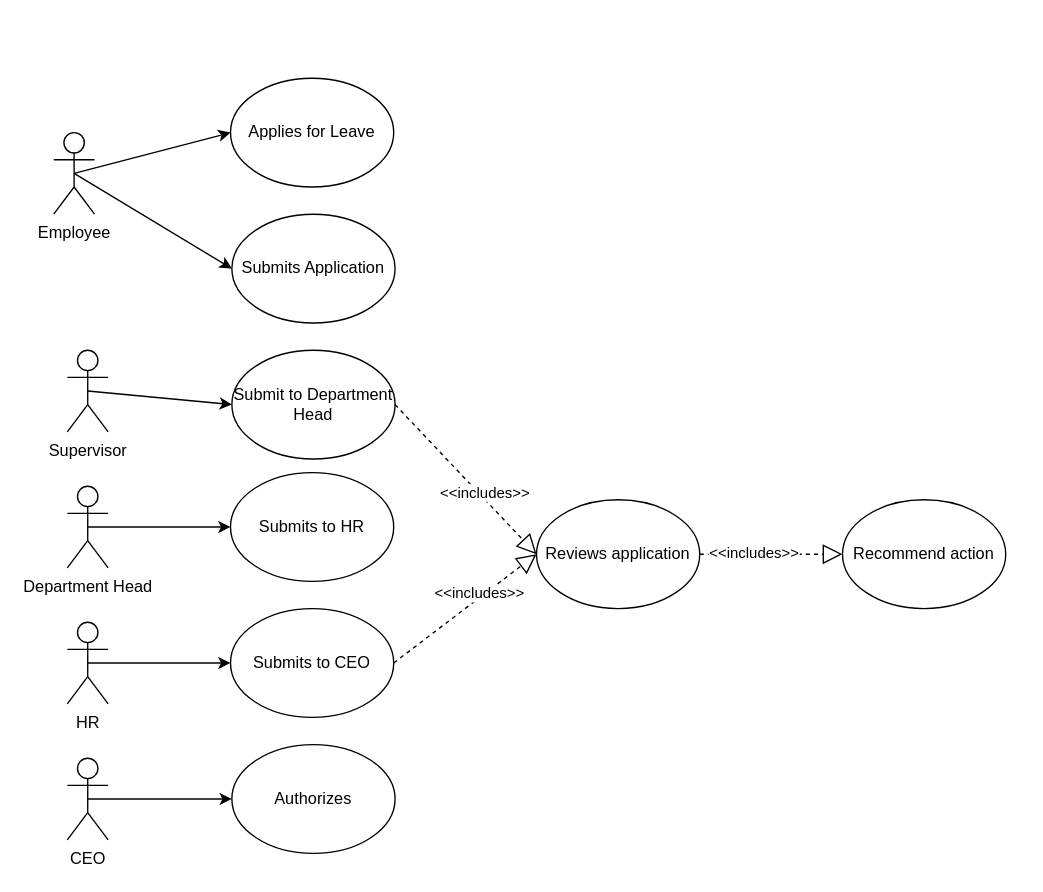
Above: page "Leave" (1 of 2) of Untitled Diagram.drawio in gmachalo/usecases (draw.io), before the change. Source tidied: cells renumbered, new cells numbered last; positions are measured from the earlier drawing's top-left corner, leaving out a move shared by most shapes. Both pictures are drawn from the tidied source at 136%, with x=0, y=0 at pixel (53, 78).
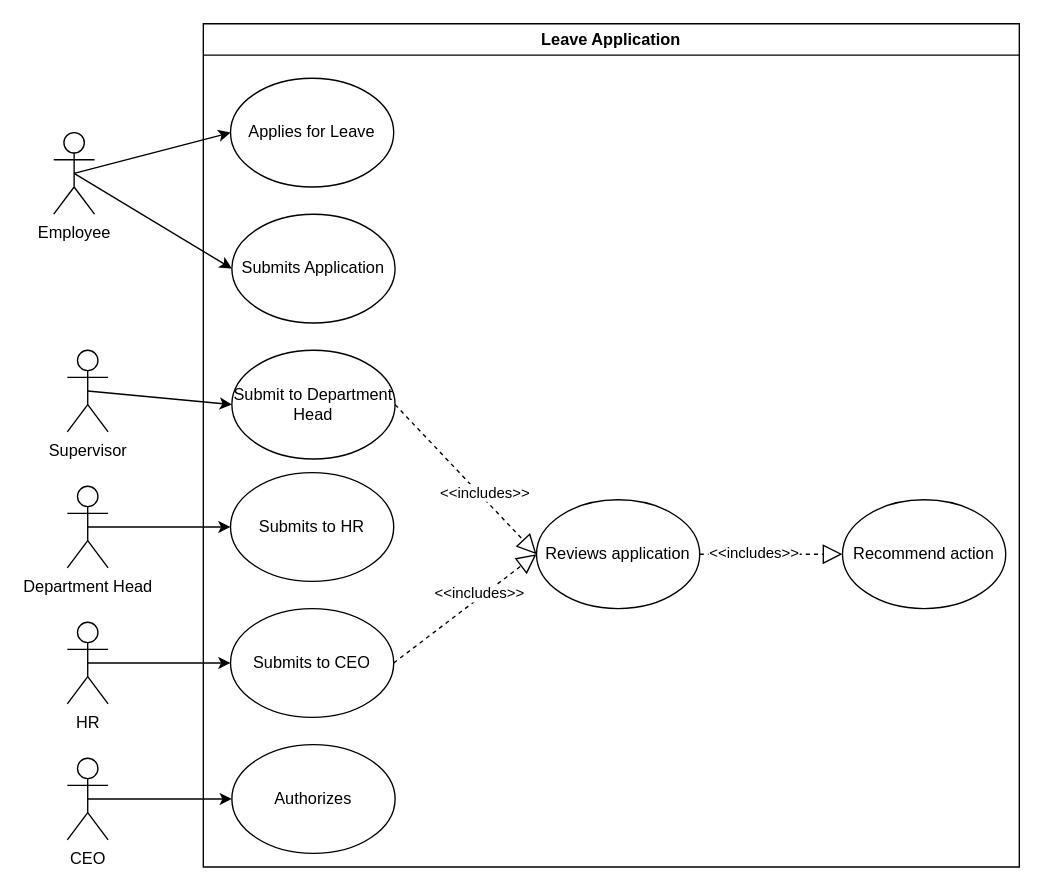
The same page after the edit.

Diff of the diagram source:
```diff
@@
+    <mxCell id="27" value="Leave Application" style="swimlane;whiteSpace=wrap;html=1;" parent="1" vertex="1">
+      <mxGeometry x="110" y="-40" width="600" height="620" as="geometry" />
+    </mxCell>
```
